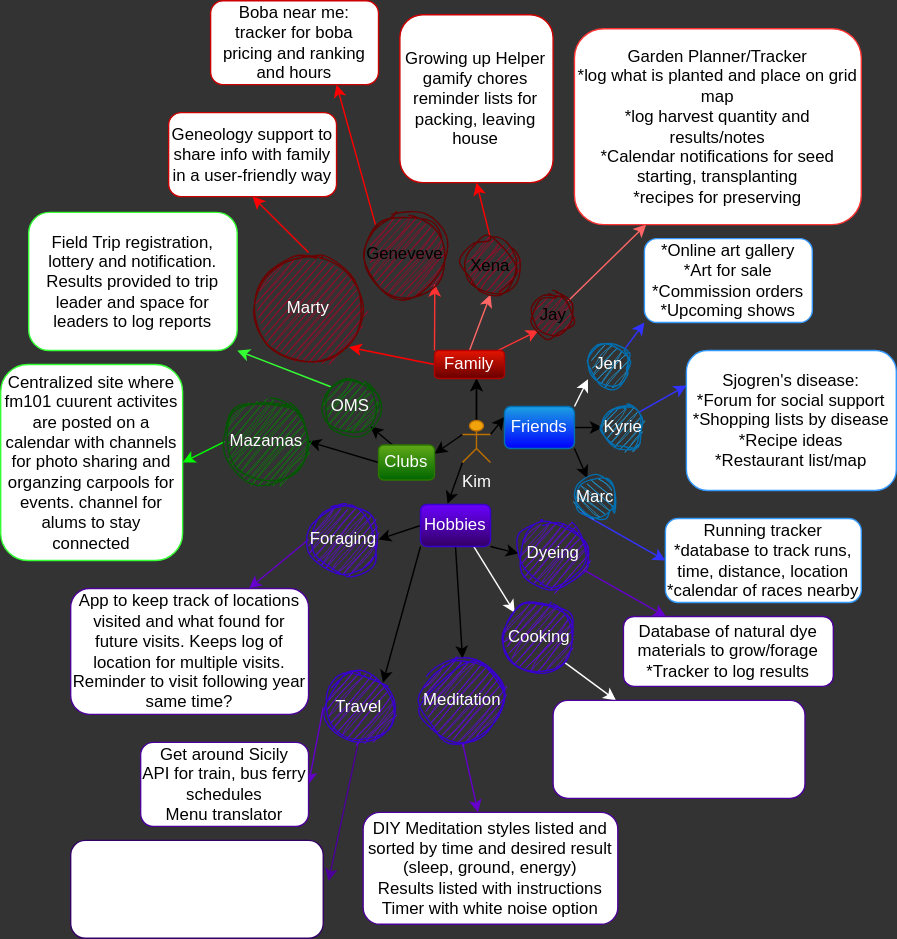
Above: idea-board.drawio.svg in kimmykokonut/capstone-idea-board (draw.io), before the change. Source tidied: cells renumbered, new cells last; positions are measured from the earlier drawing's top-left corner, leaving out a move shared by most shapes.
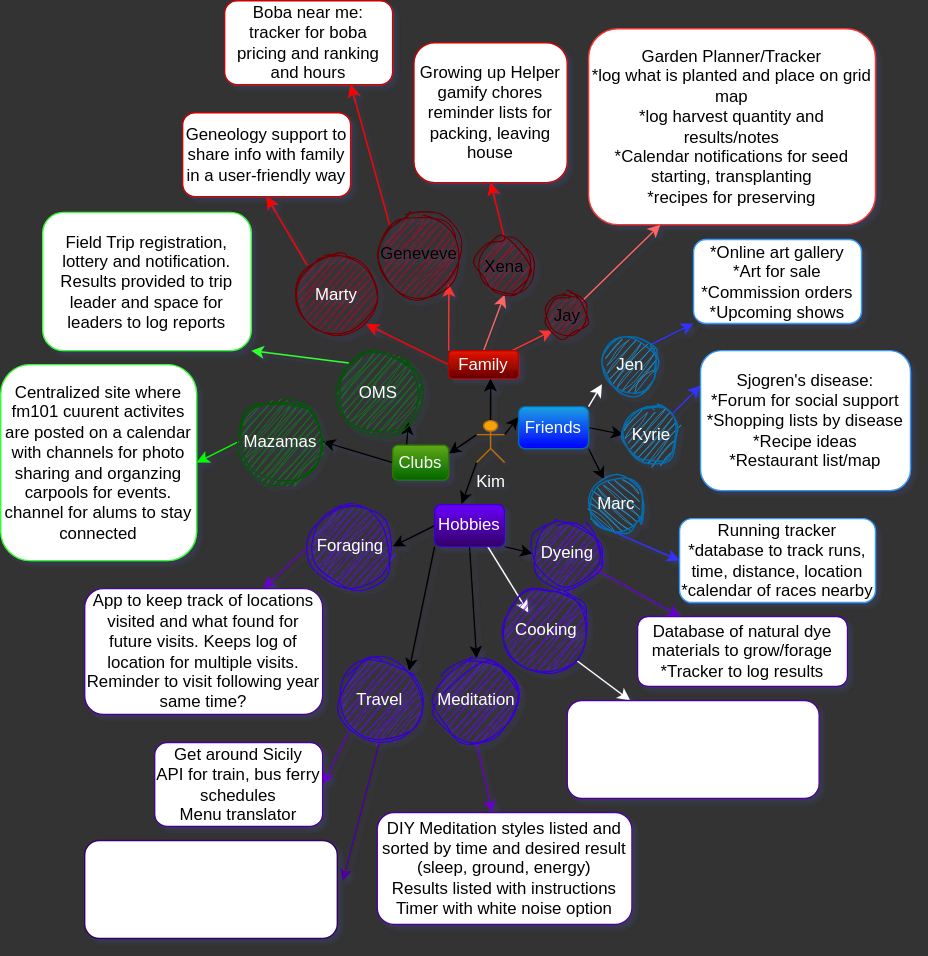
After the change.

Commit message:
hopefully fix empty text boxes

Diff of the diagram source:
```diff
@@ -1,4 +1,4 @@
-<mxGraphModel background="#333333">
+<mxGraphModel background="#333333" shadow="1">
   <root>
     <mxCell id="0" />
     <mxCell id="1" parent="0" />
@@ -45,12 +45,15 @@
     <mxCell id="14" style="edgeStyle=none;rounded=1;html=1;exitX=0.5;exitY=1;exitDx=0;exitDy=0;entryX=0.5;entryY=0;entryDx=0;entryDy=0;" parent="1" edge="1" source="17" target="50">
       <mxGeometry relative="1" as="geometry" />
     </mxCell>
-    <mxCell id="15" style="edgeStyle=none;rounded=1;html=1;exitX=1;exitY=1;exitDx=0;exitDy=0;entryX=0;entryY=0.5;entryDx=0;entryDy=0;" parent="1" edge="1" source="17" target="51">
-      <mxGeometry relative="1" as="geometry" />
+    <mxCell id="15" style="edgeStyle=none;rounded=1;html=1;exitX=1;exitY=1;exitDx=0;exitDy=0;" parent="1" edge="1" source="17">
+      <mxGeometry relative="1" as="geometry">
+        <mxPoint x="370" y="395" as="targetPoint" />
+      </mxGeometry>
     </mxCell>
-    <mxCell id="16" style="edgeStyle=none;rounded=1;html=1;entryX=0;entryY=0;entryDx=0;entryDy=0;strokeColor=#FFFFFF;fontColor=#FFFFFF;" parent="1" edge="1" target="68">
+    <mxCell id="16" style="edgeStyle=none;rounded=1;html=1;strokeColor=#FFFFFF;fontColor=#FFFFFF;" parent="1" edge="1">
       <mxGeometry relative="1" as="geometry">
         <mxPoint x="338" y="390" as="sourcePoint" />
+        <mxPoint x="367" y="437" as="targetPoint" />
       </mxGeometry>
     </mxCell>
     <mxCell id="17" value="Hobbies" style="rounded=1;whiteSpace=wrap;html=1;fillColor=#6a00ff;fontColor=#ffffff;strokeColor=#3700CC;shadow=0;glass=0;gradientColor=#330066;" parent="1" vertex="1">
@@ -87,22 +90,22 @@
       <mxGeometry relative="1" as="geometry" />
     </mxCell>
     <mxCell id="28" value="Jen" style="ellipse;whiteSpace=wrap;html=1;fillColor=#1ba1e2;strokeColor=#006EAF;rounded=1;sketch=1;curveFitting=1;jiggle=2;fontColor=#ffffff;" parent="1" vertex="1">
-      <mxGeometry x="420" y="245" width="30" height="30" as="geometry" />
+      <mxGeometry x="420" y="240" width="40" height="40" as="geometry" />
     </mxCell>
     <mxCell id="29" style="edgeStyle=none;html=1;exitX=1;exitY=1;exitDx=0;exitDy=0;entryX=0;entryY=0.5;entryDx=0;entryDy=0;strokeColor=#3333FF;rounded=1;" parent="1" edge="1" source="30" target="35">
       <mxGeometry relative="1" as="geometry" />
     </mxCell>
     <mxCell id="30" value="Marc" style="ellipse;whiteSpace=wrap;html=1;fillColor=#1ba1e2;strokeColor=#006EAF;rounded=1;sketch=1;curveFitting=1;jiggle=2;direction=south;fontColor=#ffffff;" parent="1" vertex="1">
-      <mxGeometry x="410" y="340" width="30" height="30" as="geometry" />
+      <mxGeometry x="410" y="340" width="40" height="40" as="geometry" />
     </mxCell>
     <mxCell id="31" style="edgeStyle=none;html=1;exitX=1;exitY=0;exitDx=0;exitDy=0;entryX=0;entryY=0.25;entryDx=0;entryDy=0;strokeColor=#3333FF;rounded=1;" parent="1" edge="1" source="32" target="34">
       <mxGeometry relative="1" as="geometry" />
     </mxCell>
     <mxCell id="32" value="Kyrie" style="ellipse;whiteSpace=wrap;html=1;fillColor=#1ba1e2;strokeColor=#006EAF;rounded=1;sketch=1;curveFitting=1;jiggle=2;fontColor=#ffffff;" parent="1" vertex="1">
-      <mxGeometry x="430" y="290" width="30" height="30" as="geometry" />
+      <mxGeometry x="435" y="290" width="40" height="40" as="geometry" />
     </mxCell>
     <mxCell id="33" value="*Online art gallery&lt;br&gt;*Art for sale&lt;br&gt;*Commission orders&lt;br&gt;*Upcoming shows" style="rounded=1;whiteSpace=wrap;html=1;strokeColor=#3399FF;" parent="1" vertex="1">
-      <mxGeometry x="460" y="170" width="120" height="60" as="geometry" />
+      <mxGeometry x="485" y="170.6" width="120" height="60" as="geometry" />
     </mxCell>
     <mxCell id="34" value="Sjogren's disease:&lt;br&gt;*Forum for social support&lt;br&gt;*Shopping lists by disease&lt;br&gt;*Recipe ideas&lt;br&gt;*Restaurant list/map" style="rounded=1;whiteSpace=wrap;html=1;strokeColor=#3399FF;" parent="1" vertex="1">
       <mxGeometry x="490" y="250" width="150" height="100" as="geometry" />
@@ -135,7 +138,7 @@
       <mxGeometry relative="1" as="geometry" />
     </mxCell>
     <mxCell id="44" value="OMS" style="ellipse;whiteSpace=wrap;html=1;labelBackgroundColor=none;labelBorderColor=none;strokeColor=#005700;fillColor=#008a00;fontColor=#ffffff;rounded=1;sketch=1;curveFitting=1;jiggle=2;" parent="1" vertex="1">
-      <mxGeometry x="230" y="270" width="40" height="40" as="geometry" />
+      <mxGeometry x="230" y="250" width="60" height="60" as="geometry" />
     </mxCell>
     <mxCell id="45" style="edgeStyle=none;rounded=1;html=1;exitX=0;exitY=0.5;exitDx=0;exitDy=0;entryX=1;entryY=0.5;entryDx=0;entryDy=0;strokeColor=#00FF00;" parent="1" edge="1" source="46" target="62">
       <mxGeometry relative="1" as="geometry" />
@@ -147,7 +150,7 @@
       <mxGeometry relative="1" as="geometry" />
     </mxCell>
     <mxCell id="48" value="Foraging" style="ellipse;whiteSpace=wrap;html=1;labelBackgroundColor=none;labelBorderColor=none;strokeColor=#3700CC;fillColor=#6a00ff;fontColor=#ffffff;rounded=1;sketch=1;curveFitting=1;jiggle=2;" parent="1" vertex="1">
-      <mxGeometry x="220" y="360" width="50" height="50" as="geometry" />
+      <mxGeometry x="210" y="360" width="60" height="60" as="geometry" />
     </mxCell>
     <mxCell id="49" style="edgeStyle=none;rounded=1;html=1;exitX=0.5;exitY=1;exitDx=0;exitDy=0;strokeColor=#6600CC;" parent="1" edge="1" source="50" target="57">
       <mxGeometry relative="1" as="geometry" />
@@ -158,14 +161,14 @@
     <mxCell id="51" value="Dyeing" style="ellipse;whiteSpace=wrap;html=1;labelBackgroundColor=none;labelBorderColor=none;strokeColor=#3700CC;fillColor=#6a00ff;fontColor=#ffffff;rounded=1;sketch=1;curveFitting=1;jiggle=2;" parent="1" vertex="1">
       <mxGeometry x="370" y="370" width="50" height="50" as="geometry" />
     </mxCell>
-    <mxCell id="52" style="edgeStyle=none;rounded=1;html=1;exitX=0;exitY=0.5;exitDx=0;exitDy=0;entryX=1;entryY=0.5;entryDx=0;entryDy=0;strokeColor=#6600CC;" parent="1" edge="1" source="54" target="58">
+    <mxCell id="52" style="edgeStyle=none;rounded=1;html=1;exitX=0;exitY=1;exitDx=0;exitDy=0;entryX=1;entryY=0.5;entryDx=0;entryDy=0;strokeColor=#6600CC;" parent="1" edge="1" source="54" target="58">
       <mxGeometry relative="1" as="geometry" />
     </mxCell>
     <mxCell id="53" style="edgeStyle=none;rounded=1;html=1;exitX=0.5;exitY=1;exitDx=0;exitDy=0;entryX=1.021;entryY=0.416;entryDx=0;entryDy=0;entryPerimeter=0;strokeColor=#4C0099;fontColor=#FFFFFF;" parent="1" edge="1" source="54" target="70">
       <mxGeometry relative="1" as="geometry" />
     </mxCell>
     <mxCell id="54" value="Travel" style="ellipse;whiteSpace=wrap;html=1;labelBackgroundColor=none;labelBorderColor=none;strokeColor=#3700CC;fillColor=#6a00ff;fontColor=#ffffff;rounded=1;sketch=1;curveFitting=1;jiggle=2;" parent="1" vertex="1">
-      <mxGeometry x="230.5" y="480" width="50" height="50" as="geometry" />
+      <mxGeometry x="230.5" y="470" width="60" height="60" as="geometry" />
     </mxCell>
     <mxCell id="55" value="Database of natural dye materials to grow/forage&lt;br&gt;*Tracker to log results" style="rounded=1;whiteSpace=wrap;html=1;labelBackgroundColor=none;labelBorderColor=none;strokeColor=#4C0099;" parent="1" vertex="1">
       <mxGeometry x="445" y="440" width="150" height="50" as="geometry" />
@@ -183,22 +186,22 @@
       <mxGeometry x="50" y="420" width="170" height="90" as="geometry" />
     </mxCell>
     <mxCell id="60" value="Growing up Helper&lt;br&gt;gamify chores&lt;br&gt;reminder lists for packing, leaving house" style="rounded=1;whiteSpace=wrap;html=1;shadow=0;glass=0;strokeColor=#CC0000;gradientColor=none;" parent="1" vertex="1">
-      <mxGeometry x="285.2" y="10" width="109.5" height="120" as="geometry" />
+      <mxGeometry x="285.2" y="30" width="109.5" height="100" as="geometry" />
     </mxCell>
     <mxCell id="61" value="Field Trip registration, lottery and notification. Results provided to trip leader and space for leaders to log reports" style="rounded=1;whiteSpace=wrap;html=1;shadow=0;glass=0;strokeColor=#33FF33;gradientColor=none;" parent="1" vertex="1">
       <mxGeometry x="20" y="151.2" width="149" height="98.8" as="geometry" />
     </mxCell>
     <mxCell id="62" value="Centralized site where fm101 cuurent activites are posted on a calendar with channels for photo sharing and organzing carpools for events. channel for alums to stay connected" style="rounded=1;whiteSpace=wrap;html=1;shadow=0;glass=0;strokeColor=#33FF33;gradientColor=none;" parent="1" vertex="1">
-      <mxGeometry y="260" width="130" height="140" as="geometry" />
+      <mxGeometry x="-10" y="260" width="140" height="140" as="geometry" />
     </mxCell>
     <mxCell id="63" value="Boba near me: tracker for boba pricing and ranking and hours" style="rounded=1;whiteSpace=wrap;html=1;shadow=0;glass=0;strokeColor=#CC0000;gradientColor=none;fillColor=default;" parent="1" vertex="1">
       <mxGeometry x="150" width="120" height="60" as="geometry" />
     </mxCell>
-    <mxCell id="64" style="edgeStyle=none;rounded=1;html=1;exitX=0.5;exitY=0;exitDx=0;exitDy=0;entryX=0.5;entryY=1;entryDx=0;entryDy=0;strokeColor=#FF0000;" parent="1" edge="1" source="65" target="66">
+    <mxCell id="64" style="edgeStyle=none;rounded=1;html=1;exitX=0;exitY=0;exitDx=0;exitDy=0;entryX=0.5;entryY=1;entryDx=0;entryDy=0;strokeColor=#FF0000;" parent="1" edge="1" source="65" target="66">
       <mxGeometry relative="1" as="geometry" />
     </mxCell>
     <mxCell id="65" value="Marty" style="ellipse;whiteSpace=wrap;html=1;rounded=1;shadow=0;glass=0;sketch=1;strokeColor=#6F0000;fillColor=#B50029;fontColor=#ffffff;" parent="1" vertex="1">
-      <mxGeometry x="180" y="180" width="80" height="80" as="geometry" />
+      <mxGeometry x="200" y="180" width="60" height="60" as="geometry" />
     </mxCell>
     <mxCell id="66" value="Geneology support to share info with family in a user-friendly way" style="rounded=1;whiteSpace=wrap;html=1;shadow=0;glass=0;strokeColor=#CC0000;fillColor=default;gradientColor=none;" parent="1" vertex="1">
       <mxGeometry x="120" y="80" width="120" height="60" as="geometry" />
@@ -207,7 +210,7 @@
       <mxGeometry relative="1" as="geometry" />
     </mxCell>
     <mxCell id="68" value="Cooking" style="ellipse;whiteSpace=wrap;html=1;rounded=1;shadow=0;glass=0;labelBackgroundColor=none;sketch=1;fillColor=#6a00ff;fontColor=#ffffff;strokeColor=#3700CC;curveFitting=1;jiggle=2;" parent="1" vertex="1">
-      <mxGeometry x="360" y="430" width="50" height="50" as="geometry" />
+      <mxGeometry x="350" y="420" width="60" height="60" as="geometry" />
     </mxCell>
     <mxCell id="69" value="Favorite recipe database searchable by ingredient and shopping list builder with meal planning. ratable, notes" style="rounded=1;whiteSpace=wrap;html=1;shadow=0;glass=0;labelBackgroundColor=none;strokeColor=#4C0099;fontColor=#FFFFFF;fillColor=default;gradientColor=none;" parent="1" vertex="1">
       <mxGeometry x="394.8" y="500" width="180" height="70" as="geometry" />
```
